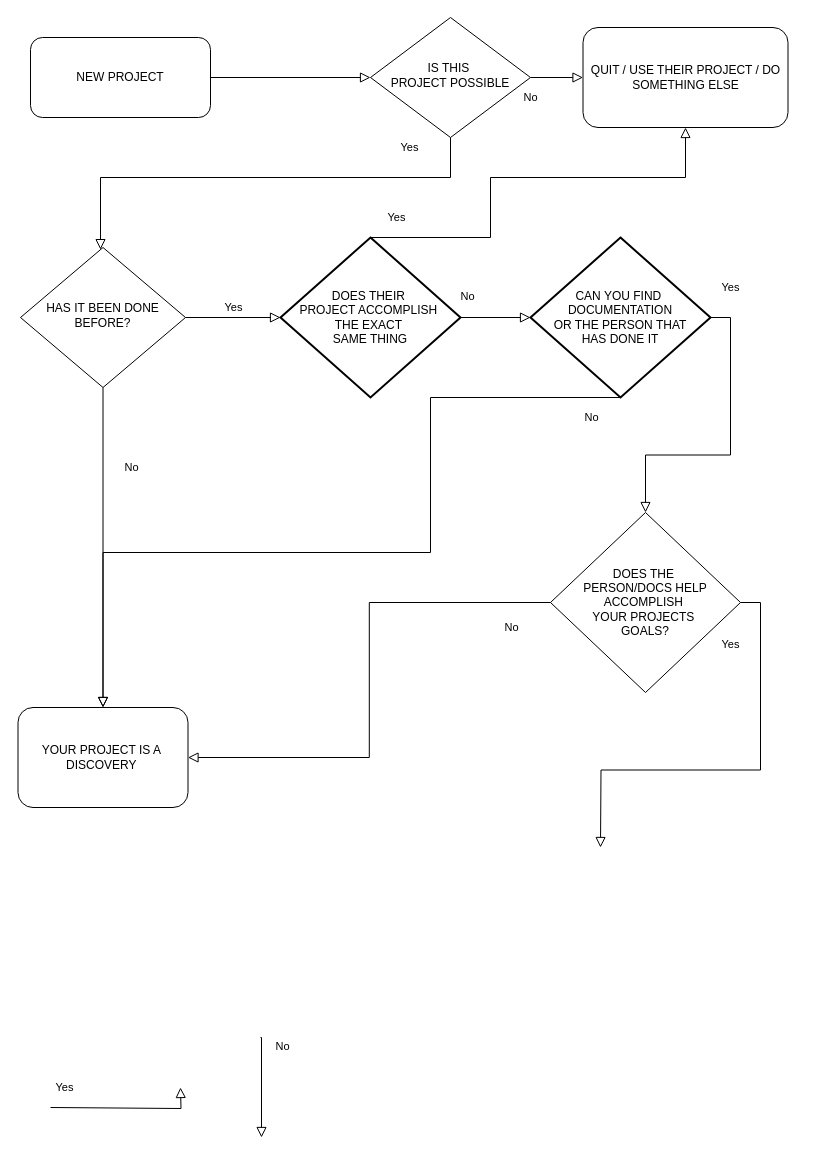
Above: Untitled Diagram.drawio in jshores281/process_diagrams (draw.io), before the change. Source tidied: cells renumbered, new cells numbered last; positions are measured from the earlier drawing's top-left corner, leaving out a move shared by most shapes. Both pictures are drawn from the tidied source at 100%, with x=0, y=0 at pixel (18, 17).
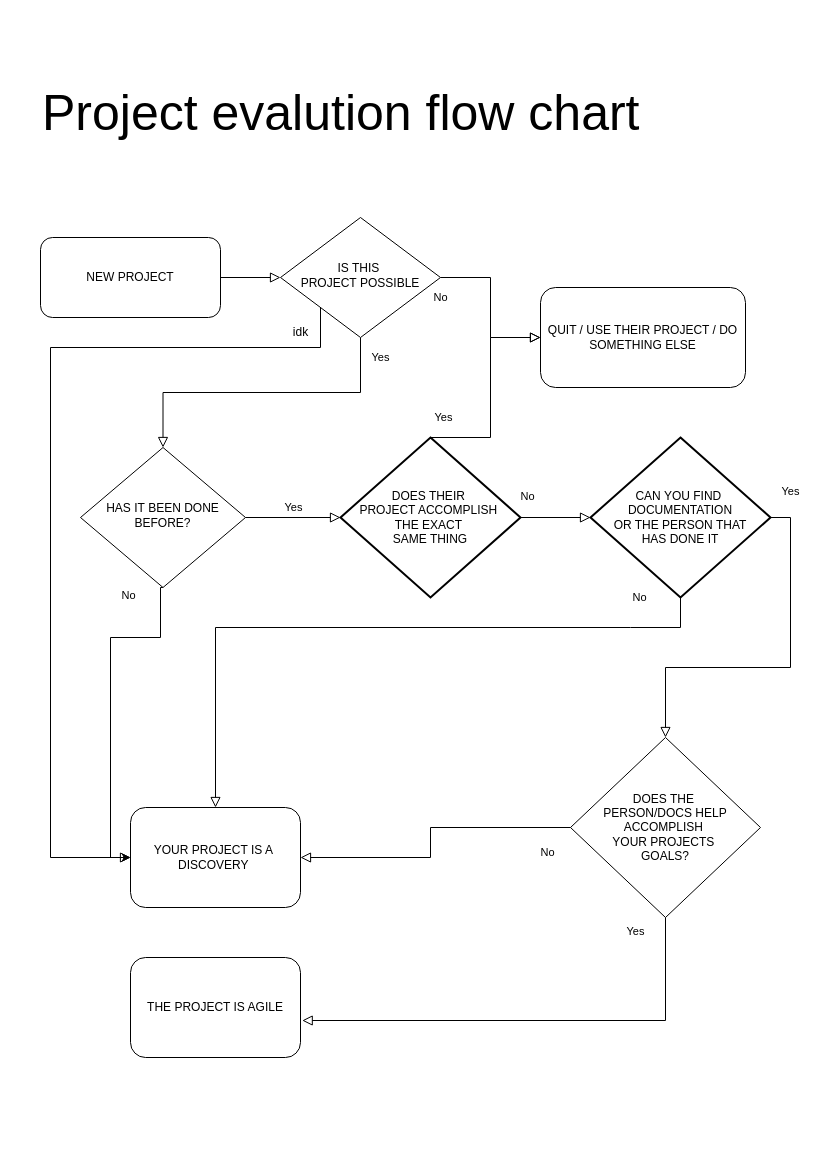
Above is the later version.

Change to the diagram source:
```diff
@@
     <mxCell id="3" value="NEW PROJECT" style="rounded=1;whiteSpace=wrap;html=1;fontSize=12;glass=0;strokeWidth=1;shadow=0;" parent="1" vertex="1">
-      <mxGeometry x="12" y="20" width="180" height="80" as="geometry" />
+      <mxGeometry x="22" y="220" width="180" height="80" as="geometry" />
     </mxCell>
     <mxCell id="4" value="Yes" style="rounded=0;html=1;jettySize=auto;fontSize=11;endArrow=block;endFill=0;endSize=8;strokeWidth=1;shadow=0;labelBackgroundColor=none;edgeStyle=orthogonalEdgeStyle;exitX=0.5;exitY=1;exitDx=0;exitDy=0;" parent="1" edge="1" source="6" target="9">
-      <mxGeometry x="-0.65" y="-30" relative="1" as="geometry">
-        <Array as="points">
-          <mxPoint x="432" y="160" />
-          <mxPoint x="82" y="160" />
-        </Array>
-      </mxGeometry>
+      <mxGeometry x="-0.87" y="20" relative="1" as="geometry" />
     </mxCell>
@@
     <mxCell id="6" value="IS THIS&amp;nbsp;&lt;div&gt;PROJECT&amp;nbsp;&lt;span style=&quot;background-color: initial;&quot;&gt;POSSIBLE&lt;/span&gt;&lt;/div&gt;" style="rhombus;whiteSpace=wrap;html=1;shadow=0;fontFamily=Helvetica;fontSize=12;align=center;strokeWidth=1;spacing=6;spacingTop=-4;" parent="1" vertex="1">
-      <mxGeometry x="352" width="160" height="120" as="geometry" />
+      <mxGeometry x="262" y="200" width="160" height="120" as="geometry" />
     </mxCell>
     <mxCell id="7" value="QUIT / USE THEIR PROJECT / DO SOMETHING ELSE" style="rounded=1;whiteSpace=wrap;html=1;fontSize=12;glass=0;strokeWidth=1;shadow=0;" parent="1" vertex="1">
-      <mxGeometry x="564.5" y="10" width="205" height="100" as="geometry" />
+      <mxGeometry x="522" y="270" width="205" height="100" as="geometry" />
     </mxCell>
-    <mxCell id="8" value="No" style="rounded=0;html=1;jettySize=auto;fontSize=11;endArrow=block;endFill=0;endSize=8;strokeWidth=1;shadow=0;labelBackgroundColor=none;edgeStyle=orthogonalEdgeStyle;" parent="1" edge="1" source="9" target="10">
-      <mxGeometry x="-0.5" y="28" relative="1" as="geometry" />
+    <mxCell id="8" value="No" style="rounded=0;html=1;jettySize=auto;fontSize=11;endArrow=block;endFill=0;endSize=8;strokeWidth=1;shadow=0;labelBackgroundColor=none;edgeStyle=orthogonalEdgeStyle;entryX=0;entryY=0.5;entryDx=0;entryDy=0;exitX=0.5;exitY=1;exitDx=0;exitDy=0;" parent="1" edge="1" source="9" target="10">
+      <mxGeometry x="-0.94" y="-32" relative="1" as="geometry">
+        <Array as="points">
+          <mxPoint x="142" y="570" />
+          <mxPoint x="142" y="620" />
+          <mxPoint x="92" y="620" />
+          <mxPoint x="92" y="840" />
+        </Array>
+      </mxGeometry>
     </mxCell>
     <mxCell id="9" value="HAS IT&lt;span style=&quot;background-color: initial;&quot;&gt;&amp;nbsp;BEEN DONE BEFORE?&lt;/span&gt;" style="rhombus;whiteSpace=wrap;html=1;shadow=0;fontFamily=Helvetica;fontSize=12;align=center;strokeWidth=1;spacing=6;spacingTop=-4;" parent="1" vertex="1">
-      <mxGeometry x="2" y="230" width="165" height="140" as="geometry" />
+      <mxGeometry x="62" y="430" width="165" height="140" as="geometry" />
     </mxCell>
     <mxCell id="10" value="YOUR PROJECT IS A&amp;nbsp;&lt;div&gt;DISCOVERY&amp;nbsp;&lt;/div&gt;" style="rounded=1;whiteSpace=wrap;html=1;fontSize=12;glass=0;strokeWidth=1;shadow=0;" parent="1" vertex="1">
-      <mxGeometry x="-0.5" y="690" width="170" height="100" as="geometry" />
+      <mxGeometry x="112" y="790" width="170" height="100" as="geometry" />
     </mxCell>
     <mxCell id="11" value="CAN YOU FIND&amp;nbsp;&lt;div&gt;DOCUMENTATION&lt;div&gt;&amp;nbsp;OR THE PERSON THAT&amp;nbsp;&lt;/div&gt;&lt;div&gt;HAS DONE IT&lt;/div&gt;&lt;/div&gt;" style="strokeWidth=2;html=1;shape=mxgraph.flowchart.decision;whiteSpace=wrap;" parent="1" vertex="1">
-      <mxGeometry x="512" y="220" width="180" height="160" as="geometry" />
+      <mxGeometry x="572" y="420" width="180" height="160" as="geometry" />
     </mxCell>
     <mxCell id="12" value="No" style="rounded=0;html=1;jettySize=auto;fontSize=11;endArrow=block;endFill=0;endSize=8;strokeWidth=1;shadow=0;labelBackgroundColor=none;exitX=0.5;exitY=1;exitDx=0;exitDy=0;exitPerimeter=0;entryX=0.5;entryY=0;entryDx=0;entryDy=0;edgeStyle=orthogonalEdgeStyle;" parent="1" edge="1" source="11" target="10">
-      <mxGeometry x="-0.93" y="20" relative="1" as="geometry">
+      <mxGeometry x="-0.79" y="-30" relative="1" as="geometry">
         <Array as="points">
-          <mxPoint x="412" y="380" />
-          <mxPoint x="412" y="535" />
-          <mxPoint x="85" y="535" />
+          <mxPoint x="612" y="610" />
+          <mxPoint x="482" y="610" />
+          <mxPoint x="197" y="610" />
         </Array>
       </mxGeometry>
     </mxCell>
     <mxCell id="13" value="DOES THE&amp;nbsp;&lt;div&gt;PERSON/DOCS HELP&lt;div&gt;ACCOMPLISH&amp;nbsp;&lt;/div&gt;&lt;div&gt;YOUR PROJECTS&amp;nbsp;&lt;/div&gt;&lt;div&gt;GOALS?&lt;/div&gt;&lt;/div&gt;" style="rhombus;whiteSpace=wrap;html=1;direction=south;" parent="1" vertex="1">
-      <mxGeometry x="532" y="495" width="190" height="180" as="geometry" />
+      <mxGeometry x="552" y="720" width="190" height="180" as="geometry" />
     </mxCell>
@@
-    <mxCell id="15" value="Yes" style="edgeStyle=orthogonalEdgeStyle;rounded=0;html=1;jettySize=auto;fontSize=11;endArrow=block;endFill=0;endSize=8;strokeWidth=1;shadow=0;labelBackgroundColor=none;exitX=0.5;exitY=0;exitDx=0;exitDy=0;" parent="1" edge="1" source="13">
-      <mxGeometry x="-0.71" y="-30" relative="1" as="geometry">
-        <mxPoint x="582" y="830" as="targetPoint" />
+    <mxCell id="15" value="Yes" style="edgeStyle=orthogonalEdgeStyle;rounded=0;html=1;jettySize=auto;fontSize=11;endArrow=block;endFill=0;endSize=8;strokeWidth=1;shadow=0;labelBackgroundColor=none;exitX=1;exitY=0.5;exitDx=0;exitDy=0;entryX=1.01;entryY=0.63;entryDx=0;entryDy=0;entryPerimeter=0;" parent="1" edge="1" source="13" target="24">
+      <mxGeometry x="-0.94" y="-30" relative="1" as="geometry">
+        <Array as="points">
+          <mxPoint x="647" y="1003" />
+        </Array>
       </mxGeometry>
     </mxCell>
     <mxCell id="16" value="No" style="rounded=0;html=1;jettySize=auto;fontSize=11;endArrow=block;endFill=0;endSize=8;strokeWidth=1;shadow=0;labelBackgroundColor=none;exitX=0.5;exitY=1;exitDx=0;exitDy=0;entryX=1;entryY=0.5;entryDx=0;entryDy=0;edgeStyle=orthogonalEdgeStyle;" parent="1" edge="1" source="13" target="10">
-      <mxGeometry x="-0.85" y="25" relative="1" as="geometry" />
+      <mxGeometry x="-0.85" y="25" relative="1" as="geometry">
+        <Array as="points">
+          <mxPoint x="412" y="810" />
+          <mxPoint x="412" y="840" />
+        </Array>
+      </mxGeometry>
     </mxCell>
-    <mxCell id="17" value="Yes" style="edgeStyle=orthogonalEdgeStyle;rounded=0;html=1;jettySize=auto;orthogonalLoop=1;fontSize=11;endArrow=block;endFill=0;endSize=8;strokeWidth=1;shadow=0;labelBackgroundColor=none;" parent="1" edge="1">
-      <mxGeometry x="-0.81" y="20" relative="1" as="geometry">
-        <mxPoint x="32" y="1090" as="sourcePoint" />
-        <mxPoint x="162" y="1070" as="targetPoint" />
-      </mxGeometry>
-    </mxCell>
-    <mxCell id="18" value="No" style="rounded=0;html=1;jettySize=auto;orthogonalLoop=1;fontSize=11;endArrow=block;endFill=0;endSize=8;strokeWidth=1;shadow=0;labelBackgroundColor=none;edgeStyle=orthogonalEdgeStyle;" parent="1" edge="1">
-      <mxGeometry x="-0.81" y="21" relative="1" as="geometry">
-        <mxPoint x="242" y="1020" as="sourcePoint" />
-        <mxPoint x="243" y="1120" as="targetPoint" />
-        <Array as="points">
-          <mxPoint x="243" y="1020" />
-        </Array>
-      </mxGeometry>
-    </mxCell>
     <mxCell id="19" value="DOES THEIR&amp;nbsp;&lt;div&gt;&lt;span style=&quot;background-color: initial;&quot;&gt;PROJECT ACCOMPLISH&amp;nbsp;&lt;/span&gt;&lt;div&gt;&lt;div&gt;THE EXACT&amp;nbsp;&lt;/div&gt;&lt;div&gt;SAME THING&lt;/div&gt;&lt;/div&gt;&lt;/div&gt;" style="strokeWidth=2;html=1;shape=mxgraph.flowchart.decision;whiteSpace=wrap;" parent="1" vertex="1">
-      <mxGeometry x="262" y="220" width="180" height="160" as="geometry" />
+      <mxGeometry x="322" y="420" width="180" height="160" as="geometry" />
     </mxCell>
@@
-    <mxCell id="21" value="Yes" style="edgeStyle=orthogonalEdgeStyle;rounded=0;html=1;jettySize=auto;fontSize=11;endArrow=block;endFill=0;endSize=8;strokeWidth=1;shadow=0;labelBackgroundColor=none;entryX=0.5;entryY=1;entryDx=0;entryDy=0;exitX=0.5;exitY=0;exitDx=0;exitDy=0;exitPerimeter=0;" parent="1" edge="1" source="19" target="7">
+    <mxCell id="21" value="Yes" style="rounded=0;html=1;jettySize=auto;fontSize=11;endArrow=block;endFill=0;endSize=8;strokeWidth=1;shadow=0;labelBackgroundColor=none;entryX=0;entryY=0.5;entryDx=0;entryDy=0;exitX=0.5;exitY=0;exitDx=0;exitDy=0;exitPerimeter=0;edgeStyle=orthogonalEdgeStyle;" parent="1" edge="1" source="19" target="7">
       <mxGeometry x="-0.88" y="20" relative="1" as="geometry">
         <Array as="points">
-          <mxPoint x="472" y="220" />
-          <mxPoint x="472" y="160" />
-          <mxPoint x="667" y="160" />
+          <mxPoint x="472" y="420" />
+          <mxPoint x="472" y="320" />
         </Array>
       </mxGeometry>
     </mxCell>
@@
+    <mxCell id="23" value="Project evalution flow chart" style="text;strokeColor=none;align=left;fillColor=none;html=1;verticalAlign=middle;whiteSpace=wrap;rounded=0;fontSize=50;" parent="1" vertex="1">
+      <mxGeometry x="22" y="50" width="650" height="90" as="geometry" />
+    </mxCell>
+    <mxCell id="24" value="THE PROJECT IS AGILE" style="rounded=1;whiteSpace=wrap;html=1;fontSize=12;glass=0;strokeWidth=1;shadow=0;" parent="1" vertex="1">
+      <mxGeometry x="112" y="940" width="170" height="100" as="geometry" />
+    </mxCell>
+    <mxCell id="25" style="edgeStyle=orthogonalEdgeStyle;jettySize=auto;html=1;rounded=0;exitX=0;exitY=1;exitDx=0;exitDy=0;entryX=0;entryY=0.5;entryDx=0;entryDy=0;" parent="1" edge="1" source="6" target="10">
+      <mxGeometry relative="1" as="geometry">
+        <Array as="points">
+          <mxPoint x="302" y="330" />
+          <mxPoint x="32" y="330" />
+          <mxPoint x="32" y="840" />
+        </Array>
+      </mxGeometry>
+    </mxCell>
+    <mxCell id="26" value="idk" style="text;html=1;align=center;verticalAlign=middle;strokeColor=none;fillColor=none;" parent="1" vertex="1">
+      <mxGeometry x="262" y="300" width="40" height="30" as="geometry" />
+    </mxCell>
```
